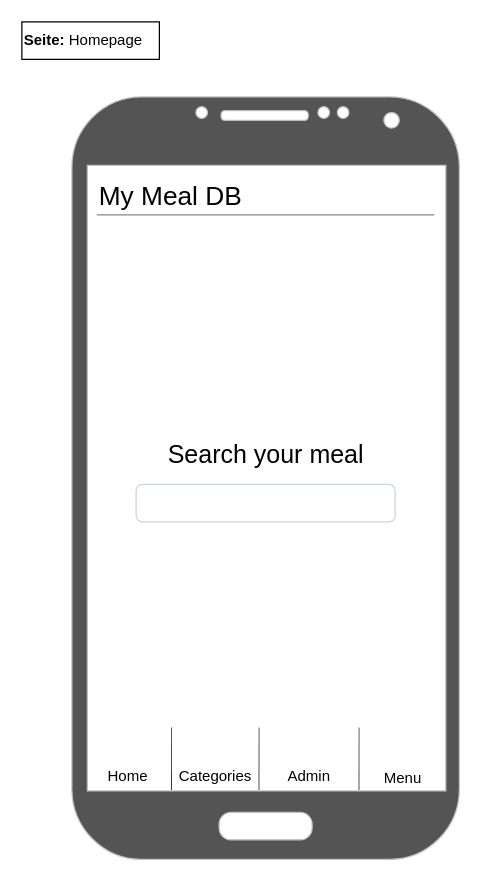
The draw.io diagram page "Phone:Homepage" (4 of 6) of Dokumentation/Bildschirme-der-my-meal-db.drawio in MAFernCosta/m294-mymealdb, before the edit. Source tidied: cells renumbered, new cells numbered last; positions are measured from the earlier drawing's top-left corner, leaving out a move shared by most shapes. Both pictures are drawn from the tidied source at 125%, with x=0, y=0 at pixel (21, 21).
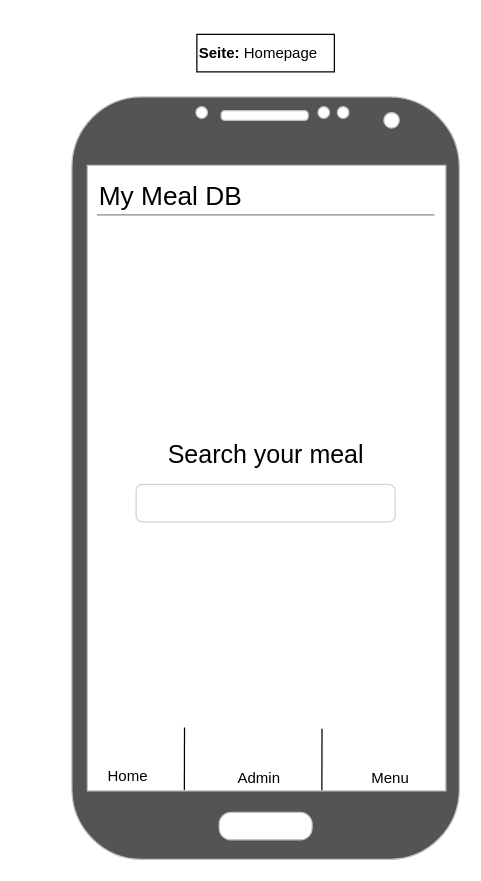
The same diagram, later.

The change refers to these unchanged cells:
```xml
<mxCell id="7" style="group;" parent="1" vertex="1">
  <mxGeometry x="50" y="560" width="290" height="60" as="geometry" />
</mxCell>
<mxCell id="9" style="group;" parent="7" vertex="1">
  <mxGeometry width="70" height="59" as="geometry" />
</mxCell>
```

Diff of the diagram source:
```diff
@@
-    <mxCell id="11" style="endArrow=none;html=1;rounded=0;" parent="9" edge="1">
-      <mxGeometry relative="1" as="geometry">
-        <mxPoint x="69.9" y="54.5" as="sourcePoint" />
-        <mxPoint x="70" y="4.5" as="targetPoint" />
-      </mxGeometry>
-    </mxCell>
@@
-    <mxCell id="13" style="group;" parent="7" vertex="1">
-      <mxGeometry x="70" width="70" height="59" as="geometry" />
-    </mxCell>
-    <mxCell id="14" style="rounded=0;whiteSpace=wrap;html=1;strokeColor=none;" parent="13" vertex="1">
-      <mxGeometry width="69.9" height="58.9" as="geometry" />
-    </mxCell>
-    <mxCell id="15" style="endArrow=none;html=1;rounded=0;" parent="13" edge="1">
-      <mxGeometry relative="1" as="geometry">
-        <mxPoint x="69.9" y="54.5" as="sourcePoint" />
-        <mxPoint x="70" y="4.5" as="targetPoint" />
-      </mxGeometry>
-    </mxCell>
-    <mxCell id="16" value="Categories" style="text;html=1;align=center;verticalAlign=middle;whiteSpace=wrap;rounded=0;" parent="13" vertex="1">
-      <mxGeometry x="8.7" y="29" width="52.4" height="30" as="geometry" />
-    </mxCell>
     <mxCell id="17" style="group;" parent="7" vertex="1">
-      <mxGeometry x="140" width="80" height="59" as="geometry" />
+      <mxGeometry x="100" y="1.1" width="80" height="59" as="geometry" />
     </mxCell>
@@
-    <mxCell id="19" style="endArrow=none;html=1;rounded=0;" parent="17" edge="1">
-      <mxGeometry relative="1" as="geometry">
-        <mxPoint x="79.9" y="54.5" as="sourcePoint" />
-        <mxPoint x="80" y="4.5" as="targetPoint" />
-      </mxGeometry>
-    </mxCell>
@@
     <mxCell id="21" style="group;" parent="7" vertex="1">
-      <mxGeometry x="220" y="1" width="70" height="59" as="geometry" />
+      <mxGeometry x="210" y="1" width="70" height="59" as="geometry" />
     </mxCell>
@@
+    <mxCell id="19" style="endArrow=none;html=1;rounded=0;" parent="7" edge="1">
+      <mxGeometry relative="1" as="geometry">
+        <mxPoint x="190" y="55.5" as="sourcePoint" />
+        <mxPoint x="190.1" y="5.5" as="targetPoint" />
+      </mxGeometry>
+    </mxCell>
+    <mxCell id="11" style="endArrow=none;html=1;rounded=0;" parent="7" edge="1">
+      <mxGeometry relative="1" as="geometry">
+        <mxPoint x="80" y="54.5" as="sourcePoint" />
+        <mxPoint x="80.1" y="4.5" as="targetPoint" />
+      </mxGeometry>
+    </mxCell>
@@
     <mxCell id="25" value="&lt;b&gt;Seite:&amp;nbsp;&lt;/b&gt;Homepage" style="text;html=1;align=left;verticalAlign=middle;whiteSpace=wrap;rounded=0;fontFamily=Arial;strokeColor=default;fillColor=default;" parent="1" vertex="1">
-      <mxGeometry width="110" height="30" as="geometry" />
+      <mxGeometry x="140" y="10" width="110" height="30" as="geometry" />
     </mxCell>
```
